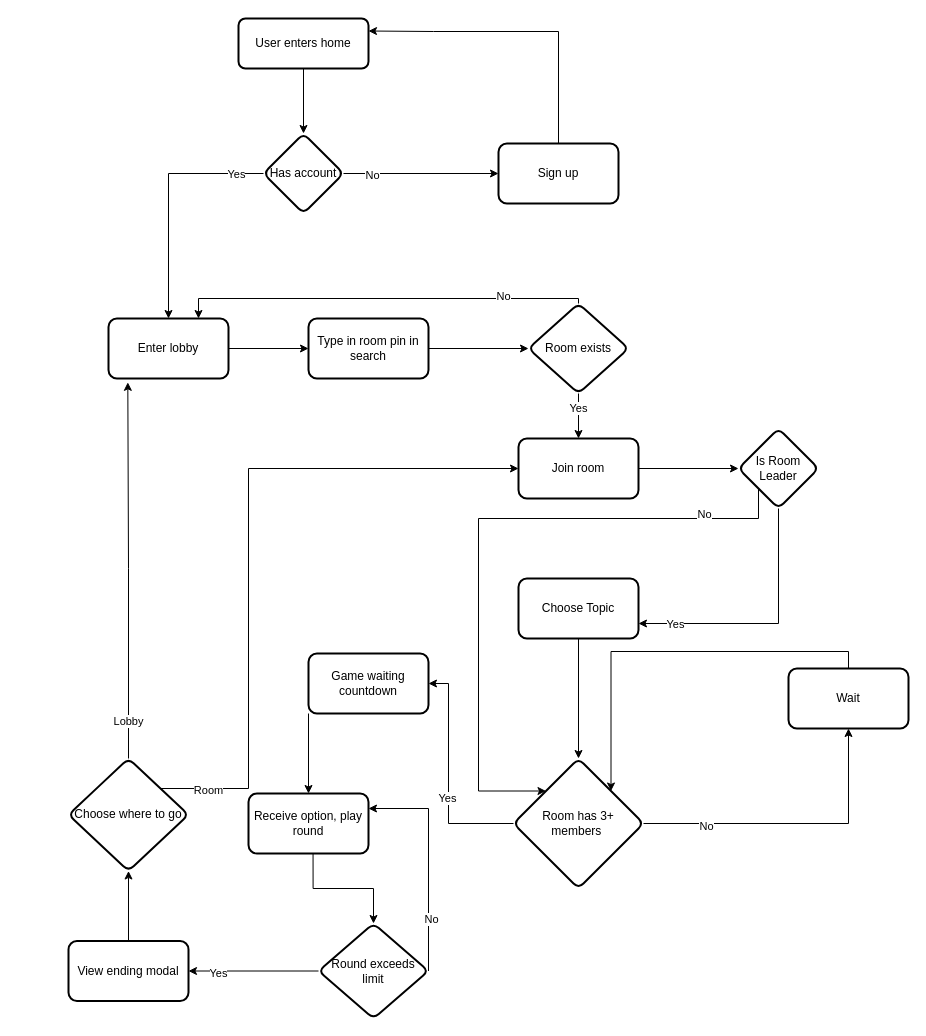
This is page "Flowchart" (2 of 2) of proj.drawio from TarinPairor/draw.io, a draw.io file, before an edit. Source tidied: cells renumbered, new cells numbered last; positions are measured from the earlier drawing's top-left corner, leaving out a move shared by most shapes. Both pictures are drawn from the tidied source at 100%, with x=0, y=0 at pixel (68, 18).
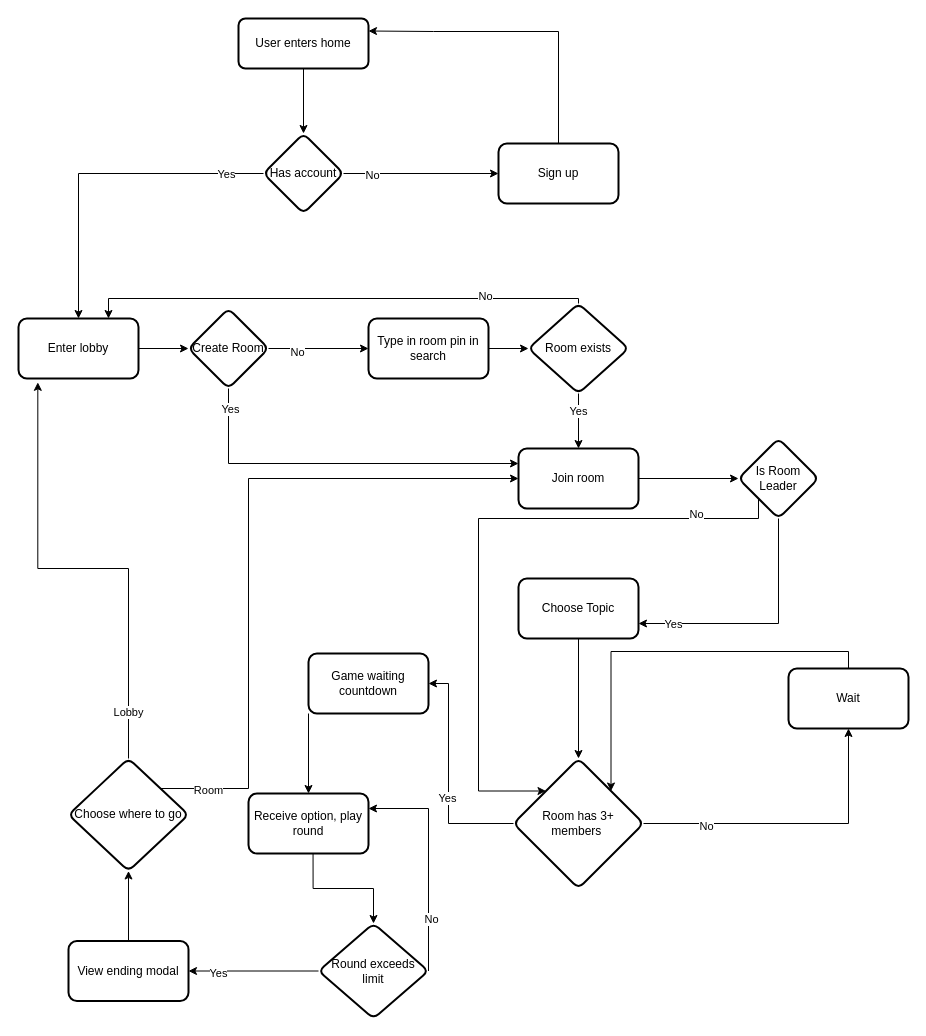
The same diagram, later.

The change refers to these unchanged cells:
```xml
<mxCell id="19" value="Room exists" style="rhombus;whiteSpace=wrap;html=1;rounded=1;arcSize=14;strokeWidth=2;" parent="1" vertex="1">
  <mxGeometry x="460" y="285" width="100" height="90" as="geometry" />
</mxCell>
<mxCell id="42" value="Choose where to go" style="rhombus;whiteSpace=wrap;html=1;rounded=1;arcSize=14;strokeWidth=2;" parent="1" vertex="1">
  <mxGeometry y="740" width="120" height="112.5" as="geometry" />
</mxCell>
```

The edit, as a diff of the source:
```diff
@@
-    <mxCell id="11" style="edgeStyle=orthogonalEdgeStyle;rounded=0;jettySize=auto;html=1;" parent="1" edge="1" source="12" target="14">
-      <mxGeometry relative="1" as="geometry" />
-    </mxCell>
+    <mxCell id="52" style="edgeStyle=orthogonalEdgeStyle;rounded=0;jettySize=auto;html=1;" parent="1" edge="1" source="12" target="57">
+      <mxGeometry relative="1" as="geometry" />
+    </mxCell>
     <mxCell id="12" value="Enter lobby" style="whiteSpace=wrap;html=1;rounded=1;arcSize=14;strokeWidth=2;" parent="1" vertex="1">
-      <mxGeometry x="40" y="300" width="120" height="60" as="geometry" />
+      <mxGeometry x="-50" y="300" width="120" height="60" as="geometry" />
     </mxCell>
@@
     <mxCell id="14" value="Type in room pin in search" style="whiteSpace=wrap;html=1;rounded=1;arcSize=14;strokeWidth=2;" parent="1" vertex="1">
-      <mxGeometry x="240" y="300" width="120" height="60" as="geometry" />
+      <mxGeometry x="300" y="300" width="120" height="60" as="geometry" />
     </mxCell>
     <mxCell id="15" style="edgeStyle=orthogonalEdgeStyle;rounded=0;jettySize=auto;html=1;entryX=0.75;entryY=0;entryDx=0;entryDy=0;" parent="1" edge="1" source="19" target="12">
       <mxGeometry relative="1" as="geometry">
         <Array as="points">
           <mxPoint x="510" y="280" />
-          <mxPoint x="130" y="280" />
+          <mxPoint x="40" y="280" />
         </Array>
       </mxGeometry>
     </mxCell>
@@
     <mxCell id="21" value="Join room" style="whiteSpace=wrap;html=1;rounded=1;arcSize=14;strokeWidth=2;" parent="1" vertex="1">
-      <mxGeometry x="450" y="420" width="120" height="60" as="geometry" />
+      <mxGeometry x="450" y="430" width="120" height="60" as="geometry" />
     </mxCell>
@@
     <mxCell id="40" style="edgeStyle=orthogonalEdgeStyle;rounded=0;jettySize=auto;html=1;entryX=0;entryY=0.5;entryDx=0;entryDy=0;" parent="1" edge="1" source="42" target="21">
       <mxGeometry relative="1" as="geometry">
         <Array as="points">
           <mxPoint x="180" y="770" />
-          <mxPoint x="180" y="450" />
+          <mxPoint x="180" y="460" />
         </Array>
       </mxGeometry>
     </mxCell>
@@
     <mxCell id="51" value="Is Room Leader" style="rhombus;whiteSpace=wrap;html=1;rounded=1;arcSize=14;strokeWidth=2;" parent="1" vertex="1">
-      <mxGeometry x="670" y="410" width="80" height="80" as="geometry" />
+      <mxGeometry x="670" y="420" width="80" height="80" as="geometry" />
     </mxCell>
+    <mxCell id="53" style="edgeStyle=orthogonalEdgeStyle;rounded=0;jettySize=auto;html=1;" parent="1" edge="1" source="57" target="14">
+      <mxGeometry relative="1" as="geometry" />
+    </mxCell>
+    <mxCell id="54" value="No" style="edgeLabel;html=1;align=center;verticalAlign=middle;" parent="53" vertex="1">
+      <mxGeometry x="-0.44" y="-3" relative="1" as="geometry" />
+    </mxCell>
+    <mxCell id="55" style="edgeStyle=orthogonalEdgeStyle;rounded=0;jettySize=auto;html=1;entryX=0;entryY=0.25;entryDx=0;entryDy=0;" parent="1" edge="1" source="57" target="21">
+      <mxGeometry relative="1" as="geometry">
+        <Array as="points">
+          <mxPoint x="160" y="445" />
+        </Array>
+      </mxGeometry>
+    </mxCell>
+    <mxCell id="56" value="Yes" style="edgeLabel;html=1;align=center;verticalAlign=middle;" parent="55" vertex="1">
+      <mxGeometry x="-0.26" y="1" relative="1" as="geometry">
+        <mxPoint x="-59" y="-54" as="offset" />
+      </mxGeometry>
+    </mxCell>
+    <mxCell id="57" value="Create Room" style="rhombus;whiteSpace=wrap;html=1;rounded=1;arcSize=14;strokeWidth=2;" parent="1" vertex="1">
+      <mxGeometry x="120" y="290" width="80" height="80" as="geometry" />
+    </mxCell>
```
